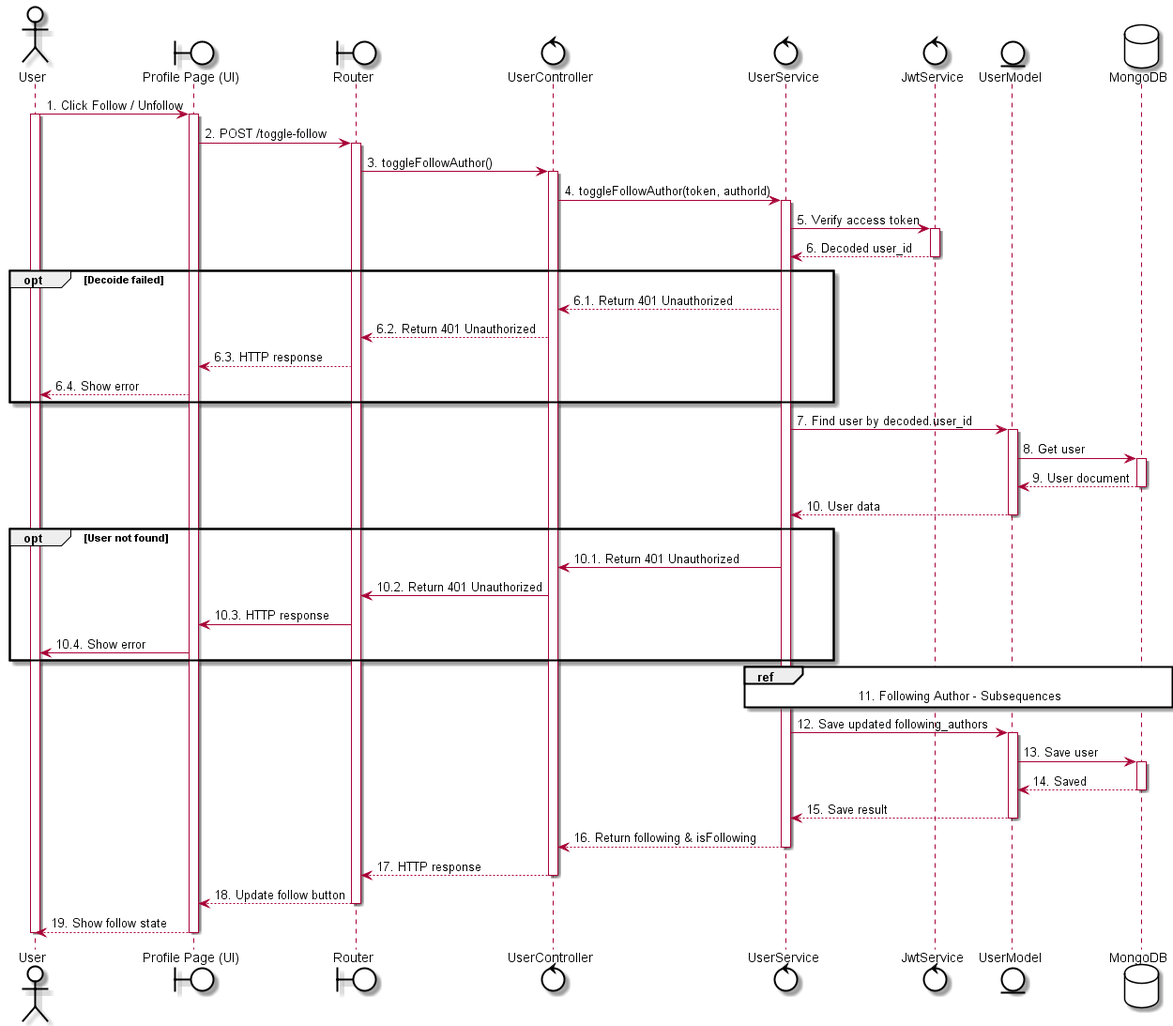
Earlier version of the PlantUML export out/uc34 - Following author/uc34 - Following author.png (LGK1412/sequence_sep490_01). Its diagram source:
```plantuml
@startuml
skinparam {
    ActorBackgroundColor #FFFFFF
    BoundaryBackgroundColor #FFFFFF
    ControlBackgroundColor #FFFFFF
    EntityBackgroundColor #FFFFFF
    DatabaseBackgroundColor #FFFFFF

    ActorBorderColor black
    BoundaryBorderColor black
    ControlBorderColor black
    EntityBorderColor black
    DatabaseBorderColor black
}

actor User
boundary "Profile Page (UI)" as UI
boundary Router
control UserController
control UserService
control JwtService
entity UserModel
database MongoDB

User -> UI: 1. Click Follow / Unfollow
activate User
activate UI

UI -> Router: 2. POST /toggle-follow
activate Router

Router -> UserController: 3. toggleFollowAuthor()
activate UserController
UserController -> UserService: 4. toggleFollowAuthor(token, authorId)

activate UserService
UserService -> JwtService: 5. Verify access token
activate JwtService
JwtService --> UserService: 6. Decoded user_id
deactivate JwtService

opt Decoide failed
    UserService --> UserController: 6.1. Return 401 Unauthorized
    UserController --> Router: 6.2. Return 401 Unauthorized
    Router --> UI: 6.3. HTTP response
    UI --> User: 6.4. Show error
end

UserService -> UserModel: 7. Find user by decoded.user_id
activate UserModel
UserModel -> MongoDB: 8. Get user
activate MongoDB
MongoDB --> UserModel: 9. User document
deactivate MongoDB
UserModel --> UserService: 10. User data
deactivate UserModel

opt User not found
    UserService -> UserController: 10.1. Return 401 Unauthorized
    UserController -> Router: 10.2. Return 401 Unauthorized
    Router -> UI: 10.3. HTTP response
    UI -> User: 10.4. Show error
end

ref over UserService, MongoDB
11. Following Author - Subsequences
end ref

UserService -> UserModel: 12. Save updated following_authors
activate UserModel
UserModel -> MongoDB: 13. Save user
activate MongoDB
MongoDB --> UserModel: 14. Saved
deactivate MongoDB
UserModel --> UserService: 15. Save result
deactivate UserModel

UserService --> UserController: 16. Return following & isFollowing
deactivate UserService

UserController --> Router: 17. HTTP response
deactivate UserController
Router --> UI: 18. Update follow button
deactivate Router
UI --> User: 19. Show follow state
deactivate UI
deactivate User
@enduml
```
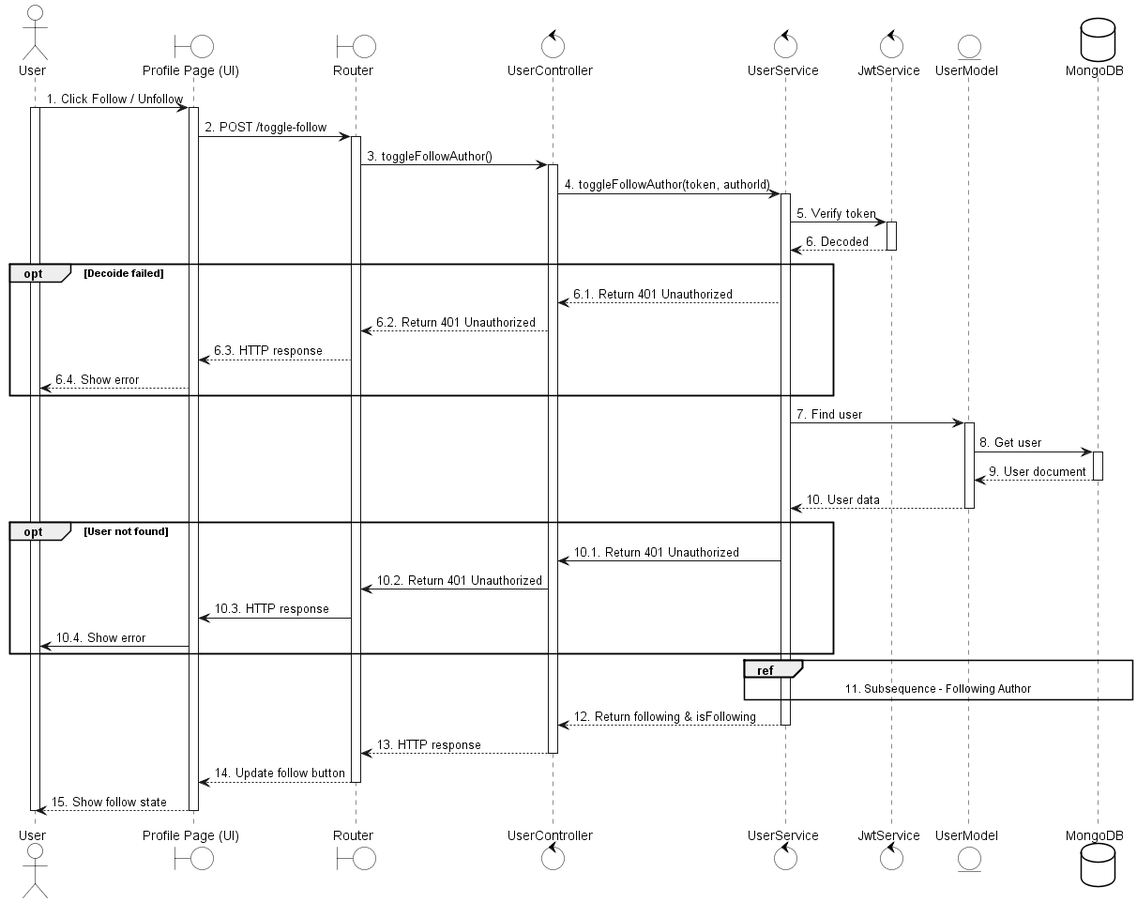
After the change.

What changed in the source:
```diff
@@ -34,9 +34,9 @@
 UserController -> UserService: 4. toggleFollowAuthor(token, authorId)
 
 activate UserService
-UserService -> JwtService: 5. Verify access token
+UserService -> JwtService: 5. Verify token
 activate JwtService
-JwtService --> UserService: 6. Decoded user_id
+JwtService --> UserService: 6. Decoded
 deactivate JwtService
 
 opt Decoide failed
@@ -46,7 +46,7 @@
     UI --> User: 6.4. Show error
 end
 
-UserService -> UserModel: 7. Find user by decoded.user_id
+UserService -> UserModel: 7. Find user
 activate UserModel
 UserModel -> MongoDB: 8. Get user
 activate MongoDB
@@ -63,26 +63,17 @@
 end
 
 ref over UserService, MongoDB
-11. Following Author - Subsequences
+    11. Subsequence - Following Author
 end ref
 
-UserService -> UserModel: 12. Save updated following_authors
-activate UserModel
-UserModel -> MongoDB: 13. Save user
-activate MongoDB
-MongoDB --> UserModel: 14. Saved
-deactivate MongoDB
-UserModel --> UserService: 15. Save result
-deactivate UserModel
-
-UserService --> UserController: 16. Return following & isFollowing
+UserService --> UserController: 12. Return following & isFollowing
 deactivate UserService
 
-UserController --> Router: 17. HTTP response
+UserController --> Router: 13. HTTP response
 deactivate UserController
-Router --> UI: 18. Update follow button
+Router --> UI: 14. Update follow button
 deactivate Router
-UI --> User: 19. Show follow state
+UI --> User: 15. Show follow state
 deactivate UI
 deactivate User
 @enduml
```
